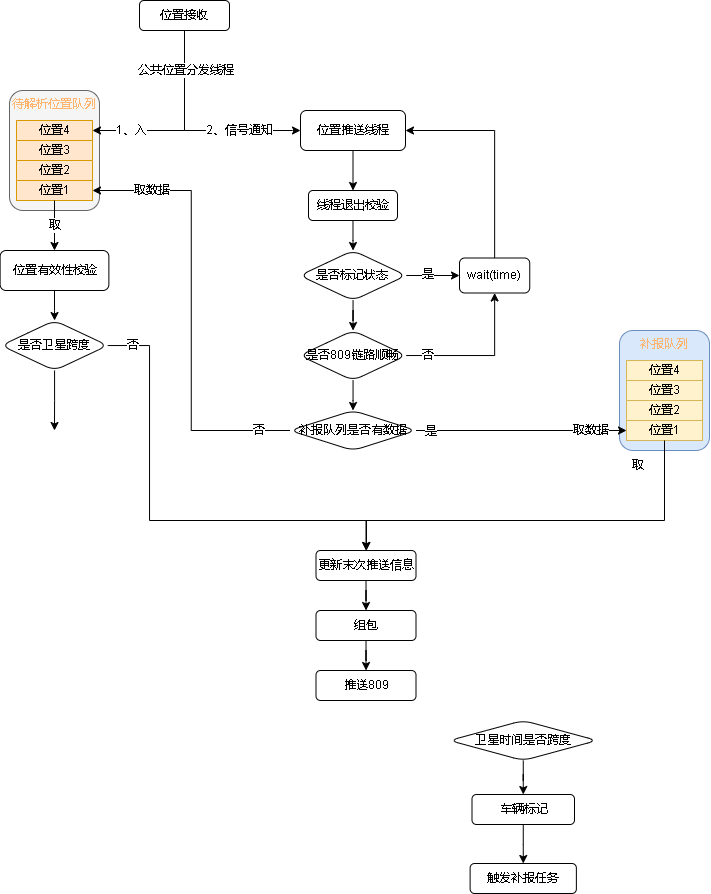
Above: 809数据跨度.drawio.png in xktder/draw (draw.io), before the change. Source tidied: cells renumbered, new cells last; positions are measured from the earlier drawing's top-left corner, leaving out a move shared by most shapes.
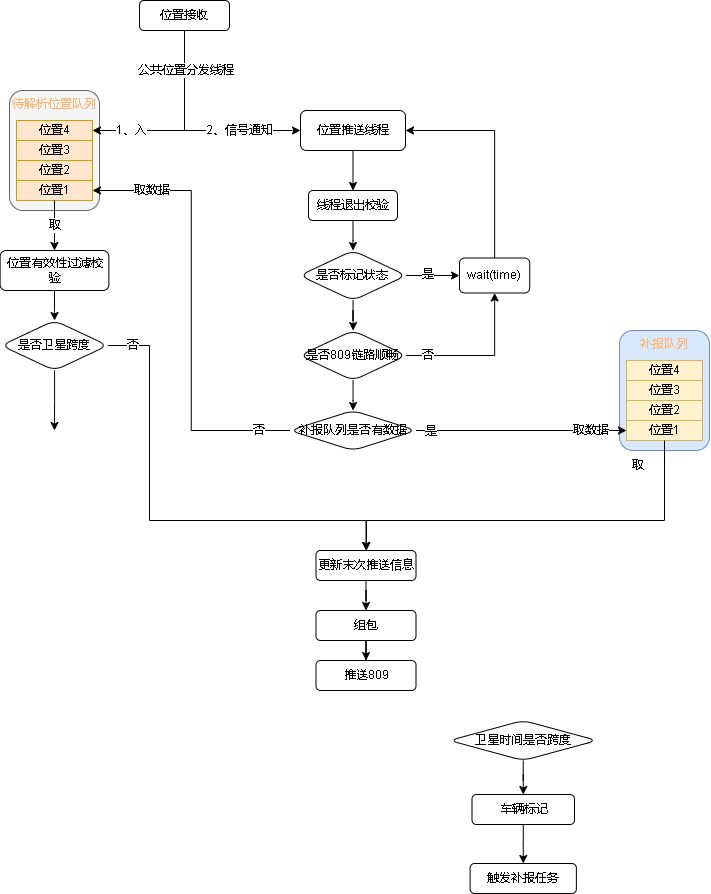
The same file after the commit.

Commit message:
更新809数据跨度.drawio.png

Diff of the diagram source:
```diff
@@ -93,7 +93,7 @@
     <mxCell id="27" style="edgeStyle=orthogonalEdgeStyle;rounded=0;jettySize=auto;html=1;fontColor=#000000;" parent="1" edge="1" source="28" target="56">
       <mxGeometry relative="1" as="geometry" />
     </mxCell>
-    <mxCell id="28" value="位置有效性校验" style="rounded=1;whiteSpace=wrap;html=1;fontFamily=Helvetica;fontSize=12;fontColor=default;align=center;strokeColor=default;fillColor=default;" parent="1" vertex="1">
+    <mxCell id="28" value="位置有效性过滤校验" style="rounded=1;whiteSpace=wrap;html=1;fontFamily=Helvetica;fontSize=12;fontColor=default;align=center;strokeColor=default;fillColor=default;" parent="1" vertex="1">
       <mxGeometry x="-0.4" y="250" width="108.8" height="40" as="geometry" />
     </mxCell>
     <mxCell id="29" style="edgeStyle=orthogonalEdgeStyle;rounded=0;jettySize=auto;html=1;entryX=0.5;entryY=0;entryDx=0;entryDy=0;fontColor=#000000;" parent="1" edge="1" source="30" target="38">
@@ -185,7 +185,7 @@
       </mxGeometry>
     </mxCell>
     <mxCell id="52" value="推送809" style="rounded=1;whiteSpace=wrap;html=1;fontColor=#000000;" parent="1" vertex="1">
-      <mxGeometry x="315.5" y="670" width="100" height="30" as="geometry" />
+      <mxGeometry x="315.5" y="660" width="100" height="30" as="geometry" />
     </mxCell>
     <mxCell id="53" style="edgeStyle=orthogonalEdgeStyle;rounded=0;jettySize=auto;html=1;fontColor=#000000;" parent="1" edge="1" source="56">
       <mxGeometry relative="1" as="geometry">
```
